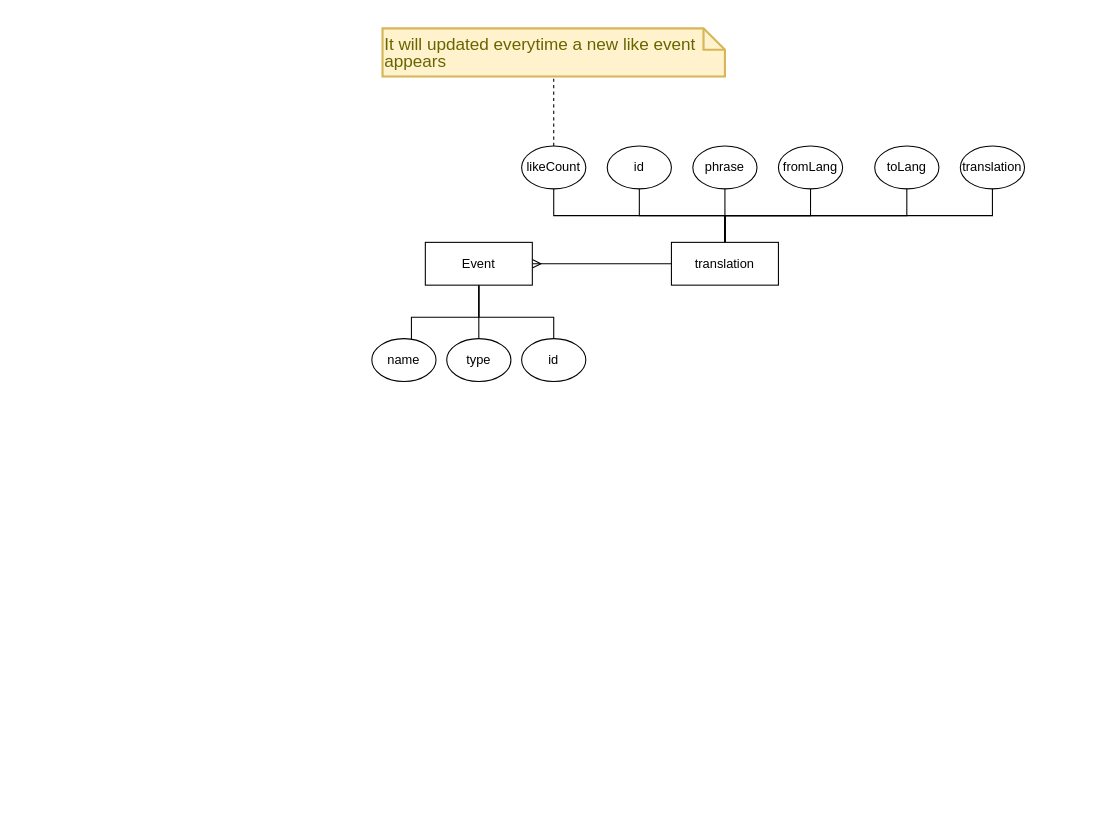
This is translation-site.drawio from mostafa8026/nestjs-course, a draw.io file, before an edit. Source tidied: cells renumbered, new cells numbered last; positions are measured from the earlier drawing's top-left corner, leaving out a move shared by most shapes. Both pictures are drawn from the tidied source at 107%, with x=0, y=0 at pixel (371, 28).
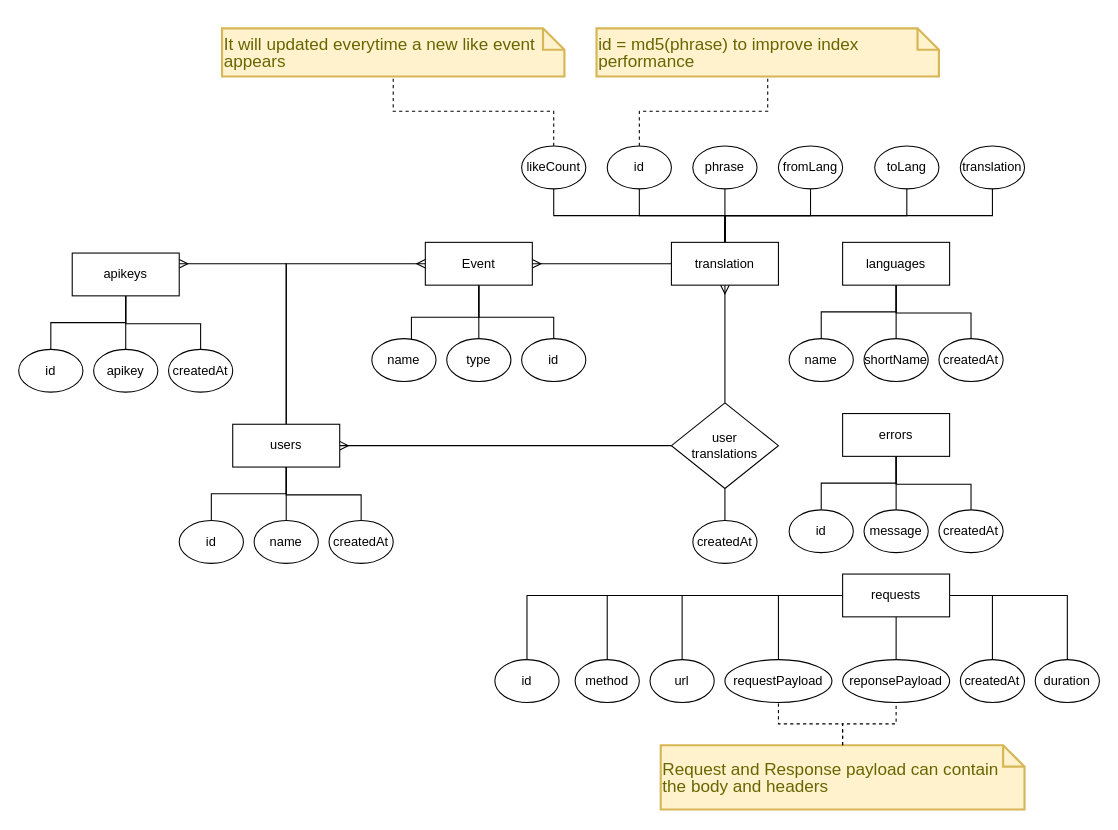
The same diagram, later.

The change refers to these unchanged cells:
```xml
<mxCell id="7" value="translation" style="whiteSpace=wrap;html=1;align=center;" parent="1" vertex="1">
  <mxGeometry x="280" y="200" width="100" height="40" as="geometry" />
</mxCell>
<mxCell id="8" value="id" style="ellipse;whiteSpace=wrap;html=1;align=center;" parent="1" vertex="1">
  <mxGeometry x="220" y="110" width="60" height="40" as="geometry" />
</mxCell>
<mxCell id="14" value="Event" style="whiteSpace=wrap;html=1;align=center;" parent="1" vertex="1">
  <mxGeometry x="50" y="200" width="100" height="40" as="geometry" />
</mxCell>
```

What changed in the source:
```diff
@@
     <mxCell id="22" value="&lt;p style=&quot;line-height: 1 ; font-size: 16px&quot;&gt;It will updated everytime a new like event appears&lt;/p&gt;&lt;p&gt;&lt;/p&gt;" style="shape=note;strokeWidth=2;fontSize=14;size=20;whiteSpace=wrap;html=1;fillColor=#fff2cc;strokeColor=#d6b656;fontColor=#666600;align=left;" parent="1" vertex="1">
-      <mxGeometry x="10" width="320" height="45" as="geometry" />
+      <mxGeometry x="-140" width="320" height="45" as="geometry" />
     </mxCell>
@@
+    <mxCell id="25" style="edgeStyle=orthogonalEdgeStyle;rounded=0;jettySize=auto;html=1;entryX=0.5;entryY=0;entryDx=0;entryDy=0;endArrow=none;endFill=0;" parent="1" edge="1" source="28" target="33">
+      <mxGeometry relative="1" as="geometry">
+        <Array as="points">
+          <mxPoint x="490" y="426" />
+          <mxPoint x="560" y="426" />
+        </Array>
+      </mxGeometry>
+    </mxCell>
+    <mxCell id="26" style="edgeStyle=orthogonalEdgeStyle;rounded=0;jettySize=auto;html=1;endArrow=none;endFill=0;" parent="1" edge="1" source="28" target="29">
+      <mxGeometry relative="1" as="geometry" />
+    </mxCell>
+    <mxCell id="27" style="edgeStyle=orthogonalEdgeStyle;rounded=0;jettySize=auto;html=1;exitX=0.5;exitY=1;exitDx=0;exitDy=0;entryX=0.5;entryY=0;entryDx=0;entryDy=0;endArrow=none;endFill=0;" parent="1" edge="1" source="28" target="30">
+      <mxGeometry relative="1" as="geometry" />
+    </mxCell>
+    <mxCell id="28" value="errors" style="whiteSpace=wrap;html=1;align=center;" parent="1" vertex="1">
+      <mxGeometry x="440" y="360" width="100" height="40" as="geometry" />
+    </mxCell>
+    <mxCell id="29" value="id" style="ellipse;whiteSpace=wrap;html=1;align=center;" parent="1" vertex="1">
+      <mxGeometry x="390" y="450" width="60" height="40" as="geometry" />
+    </mxCell>
+    <mxCell id="30" value="message" style="ellipse;whiteSpace=wrap;html=1;align=center;" parent="1" vertex="1">
+      <mxGeometry x="460" y="450" width="60" height="40" as="geometry" />
+    </mxCell>
+    <mxCell id="31" value="&lt;p style=&quot;line-height: 1 ; font-size: 16px&quot;&gt;id = md5(phrase) to improve index performance&lt;/p&gt;&lt;p&gt;&lt;/p&gt;" style="shape=note;strokeWidth=2;fontSize=14;size=20;whiteSpace=wrap;html=1;fillColor=#fff2cc;strokeColor=#d6b656;fontColor=#666600;align=left;" parent="1" vertex="1">
+      <mxGeometry x="210" width="320" height="45" as="geometry" />
+    </mxCell>
+    <mxCell id="32" style="edgeStyle=orthogonalEdgeStyle;rounded=0;jettySize=auto;html=1;startArrow=none;startFill=0;endArrow=none;endFill=0;strokeWidth=1;dashed=1;exitX=0.5;exitY=0;exitDx=0;exitDy=0;" parent="1" edge="1" source="8" target="31">
+      <mxGeometry relative="1" as="geometry" />
+    </mxCell>
+    <mxCell id="33" value="createdAt" style="ellipse;whiteSpace=wrap;html=1;align=center;" parent="1" vertex="1">
+      <mxGeometry x="530" y="450" width="60" height="40" as="geometry" />
+    </mxCell>
+    <mxCell id="34" style="edgeStyle=orthogonalEdgeStyle;rounded=0;jettySize=auto;html=1;entryX=0.5;entryY=0;entryDx=0;entryDy=0;endArrow=none;endFill=0;" parent="1" edge="1" source="37" target="40">
+      <mxGeometry relative="1" as="geometry">
+        <Array as="points">
+          <mxPoint x="-230" y="276" />
+          <mxPoint x="-160" y="276" />
+        </Array>
+      </mxGeometry>
+    </mxCell>
+    <mxCell id="35" style="edgeStyle=orthogonalEdgeStyle;rounded=0;jettySize=auto;html=1;endArrow=none;endFill=0;" parent="1" edge="1" source="37" target="38">
+      <mxGeometry relative="1" as="geometry" />
+    </mxCell>
+    <mxCell id="36" style="edgeStyle=orthogonalEdgeStyle;rounded=0;jettySize=auto;html=1;exitX=0.5;exitY=1;exitDx=0;exitDy=0;entryX=0.5;entryY=0;entryDx=0;entryDy=0;endArrow=none;endFill=0;" parent="1" edge="1" source="37" target="39">
+      <mxGeometry relative="1" as="geometry" />
+    </mxCell>
+    <mxCell id="37" value="apikeys" style="whiteSpace=wrap;html=1;align=center;" parent="1" vertex="1">
+      <mxGeometry x="-280" y="210" width="100" height="40" as="geometry" />
+    </mxCell>
+    <mxCell id="38" value="id" style="ellipse;whiteSpace=wrap;html=1;align=center;" parent="1" vertex="1">
+      <mxGeometry x="-330" y="300" width="60" height="40" as="geometry" />
+    </mxCell>
+    <mxCell id="39" value="apikey" style="ellipse;whiteSpace=wrap;html=1;align=center;" parent="1" vertex="1">
+      <mxGeometry x="-260" y="300" width="60" height="40" as="geometry" />
+    </mxCell>
+    <mxCell id="40" value="createdAt" style="ellipse;whiteSpace=wrap;html=1;align=center;" parent="1" vertex="1">
+      <mxGeometry x="-190" y="300" width="60" height="40" as="geometry" />
+    </mxCell>
+    <mxCell id="41" style="edgeStyle=orthogonalEdgeStyle;rounded=0;jettySize=auto;html=1;entryX=0.5;entryY=0;entryDx=0;entryDy=0;endArrow=none;endFill=0;" parent="1" edge="1" source="47" target="50">
+      <mxGeometry relative="1" as="geometry">
+        <Array as="points">
+          <mxPoint x="-80" y="436" />
+          <mxPoint x="-10" y="436" />
+        </Array>
+      </mxGeometry>
+    </mxCell>
+    <mxCell id="42" style="edgeStyle=orthogonalEdgeStyle;rounded=0;jettySize=auto;html=1;endArrow=none;endFill=0;" parent="1" edge="1" source="47" target="48">
+      <mxGeometry relative="1" as="geometry" />
+    </mxCell>
+    <mxCell id="43" style="edgeStyle=orthogonalEdgeStyle;rounded=0;jettySize=auto;html=1;exitX=0.5;exitY=1;exitDx=0;exitDy=0;entryX=0.5;entryY=0;entryDx=0;entryDy=0;endArrow=none;endFill=0;" parent="1" edge="1" source="47" target="49">
+      <mxGeometry relative="1" as="geometry" />
+    </mxCell>
+    <mxCell id="44" style="edgeStyle=orthogonalEdgeStyle;rounded=0;jettySize=auto;html=1;endArrow=ERmany;endFill=0;" parent="1" edge="1" source="47" target="37">
+      <mxGeometry relative="1" as="geometry">
+        <Array as="points">
+          <mxPoint x="-80" y="220" />
+        </Array>
+      </mxGeometry>
+    </mxCell>
+    <mxCell id="45" style="edgeStyle=orthogonalEdgeStyle;rounded=0;jettySize=auto;html=1;entryX=0;entryY=0.5;entryDx=0;entryDy=0;endArrow=ERmany;endFill=0;" parent="1" edge="1" source="47" target="14">
+      <mxGeometry relative="1" as="geometry">
+        <Array as="points">
+          <mxPoint x="-80" y="220" />
+        </Array>
+      </mxGeometry>
+    </mxCell>
+    <mxCell id="46" style="edgeStyle=orthogonalEdgeStyle;rounded=0;jettySize=auto;html=1;entryX=0;entryY=0.5;entryDx=0;entryDy=0;endArrow=none;endFill=0;startArrow=ERmany;startFill=0;" parent="1" edge="1" source="47" target="53">
+      <mxGeometry relative="1" as="geometry" />
+    </mxCell>
+    <mxCell id="47" value="users" style="whiteSpace=wrap;html=1;align=center;" parent="1" vertex="1">
+      <mxGeometry x="-130" y="370" width="100" height="40" as="geometry" />
+    </mxCell>
+    <mxCell id="48" value="id" style="ellipse;whiteSpace=wrap;html=1;align=center;" parent="1" vertex="1">
+      <mxGeometry x="-180" y="460" width="60" height="40" as="geometry" />
+    </mxCell>
+    <mxCell id="49" value="name" style="ellipse;whiteSpace=wrap;html=1;align=center;" parent="1" vertex="1">
+      <mxGeometry x="-110" y="460" width="60" height="40" as="geometry" />
+    </mxCell>
+    <mxCell id="50" value="createdAt" style="ellipse;whiteSpace=wrap;html=1;align=center;" parent="1" vertex="1">
+      <mxGeometry x="-40" y="460" width="60" height="40" as="geometry" />
+    </mxCell>
+    <mxCell id="51" style="edgeStyle=orthogonalEdgeStyle;rounded=0;jettySize=auto;html=1;entryX=0.5;entryY=1;entryDx=0;entryDy=0;endArrow=ERmany;endFill=0;" parent="1" edge="1" source="53" target="7">
+      <mxGeometry relative="1" as="geometry" />
+    </mxCell>
+    <mxCell id="52" style="edgeStyle=orthogonalEdgeStyle;rounded=0;jettySize=auto;html=1;endArrow=none;endFill=0;" parent="1" edge="1" source="53" target="54">
+      <mxGeometry relative="1" as="geometry" />
+    </mxCell>
+    <mxCell id="53" value="user&lt;br&gt;translations" style="rhombus;whiteSpace=wrap;html=1;" parent="1" vertex="1">
+      <mxGeometry x="280" y="350" width="100" height="80" as="geometry" />
+    </mxCell>
+    <mxCell id="54" value="createdAt" style="ellipse;whiteSpace=wrap;html=1;align=center;" parent="1" vertex="1">
+      <mxGeometry x="300" y="460" width="60" height="40" as="geometry" />
+    </mxCell>
+    <mxCell id="55" style="edgeStyle=orthogonalEdgeStyle;rounded=0;jettySize=auto;html=1;entryX=0.5;entryY=0;entryDx=0;entryDy=0;endArrow=none;endFill=0;" parent="1" edge="1" source="58" target="61">
+      <mxGeometry relative="1" as="geometry">
+        <Array as="points">
+          <mxPoint x="490" y="266" />
+          <mxPoint x="560" y="266" />
+        </Array>
+      </mxGeometry>
+    </mxCell>
+    <mxCell id="56" style="edgeStyle=orthogonalEdgeStyle;rounded=0;jettySize=auto;html=1;endArrow=none;endFill=0;" parent="1" edge="1" source="58" target="59">
+      <mxGeometry relative="1" as="geometry" />
+    </mxCell>
+    <mxCell id="57" style="edgeStyle=orthogonalEdgeStyle;rounded=0;jettySize=auto;html=1;exitX=0.5;exitY=1;exitDx=0;exitDy=0;entryX=0.5;entryY=0;entryDx=0;entryDy=0;endArrow=none;endFill=0;" parent="1" edge="1" source="58" target="60">
+      <mxGeometry relative="1" as="geometry" />
+    </mxCell>
+    <mxCell id="58" value="languages" style="whiteSpace=wrap;html=1;align=center;" parent="1" vertex="1">
+      <mxGeometry x="440" y="200" width="100" height="40" as="geometry" />
+    </mxCell>
+    <mxCell id="59" value="name" style="ellipse;whiteSpace=wrap;html=1;align=center;" parent="1" vertex="1">
+      <mxGeometry x="390" y="290" width="60" height="40" as="geometry" />
+    </mxCell>
+    <mxCell id="60" value="shortName" style="ellipse;whiteSpace=wrap;html=1;align=center;" parent="1" vertex="1">
+      <mxGeometry x="460" y="290" width="60" height="40" as="geometry" />
+    </mxCell>
+    <mxCell id="61" value="createdAt" style="ellipse;whiteSpace=wrap;html=1;align=center;" parent="1" vertex="1">
+      <mxGeometry x="530" y="290" width="60" height="40" as="geometry" />
+    </mxCell>
+    <mxCell id="62" style="edgeStyle=orthogonalEdgeStyle;rounded=0;jettySize=auto;html=1;entryX=0.5;entryY=0;entryDx=0;entryDy=0;endArrow=none;endFill=0;" parent="1" edge="1" source="69" target="70">
+      <mxGeometry relative="1" as="geometry" />
+    </mxCell>
+    <mxCell id="63" style="edgeStyle=orthogonalEdgeStyle;rounded=0;jettySize=auto;html=1;entryX=0.5;entryY=0;entryDx=0;entryDy=0;endArrow=none;endFill=0;" parent="1" edge="1" source="69" target="71">
+      <mxGeometry relative="1" as="geometry" />
+    </mxCell>
+    <mxCell id="64" style="edgeStyle=orthogonalEdgeStyle;rounded=0;jettySize=auto;html=1;entryX=0.5;entryY=0;entryDx=0;entryDy=0;endArrow=none;endFill=0;" parent="1" edge="1" source="69" target="72">
+      <mxGeometry relative="1" as="geometry" />
+    </mxCell>
+    <mxCell id="65" style="edgeStyle=orthogonalEdgeStyle;rounded=0;jettySize=auto;html=1;entryX=0.5;entryY=0;entryDx=0;entryDy=0;endArrow=none;endFill=0;" parent="1" edge="1" source="69" target="73">
+      <mxGeometry relative="1" as="geometry" />
+    </mxCell>
+    <mxCell id="66" style="edgeStyle=orthogonalEdgeStyle;rounded=0;jettySize=auto;html=1;entryX=0.5;entryY=0;entryDx=0;entryDy=0;endArrow=none;endFill=0;" parent="1" edge="1" source="69" target="74">
+      <mxGeometry relative="1" as="geometry" />
+    </mxCell>
+    <mxCell id="67" style="edgeStyle=orthogonalEdgeStyle;rounded=0;jettySize=auto;html=1;entryX=0.5;entryY=0;entryDx=0;entryDy=0;endArrow=none;endFill=0;" parent="1" edge="1" source="69" target="75">
+      <mxGeometry relative="1" as="geometry" />
+    </mxCell>
+    <mxCell id="68" style="edgeStyle=orthogonalEdgeStyle;rounded=0;jettySize=auto;html=1;entryX=0.5;entryY=0;entryDx=0;entryDy=0;endArrow=none;endFill=0;" parent="1" edge="1" source="69" target="76">
+      <mxGeometry relative="1" as="geometry" />
+    </mxCell>
+    <mxCell id="69" value="requests" style="whiteSpace=wrap;html=1;align=center;" parent="1" vertex="1">
+      <mxGeometry x="440" y="510" width="100" height="40" as="geometry" />
+    </mxCell>
+    <mxCell id="70" value="id" style="ellipse;whiteSpace=wrap;html=1;align=center;" parent="1" vertex="1">
+      <mxGeometry x="115" y="590" width="60" height="40" as="geometry" />
+    </mxCell>
+    <mxCell id="71" value="method" style="ellipse;whiteSpace=wrap;html=1;align=center;" parent="1" vertex="1">
+      <mxGeometry x="190" y="590" width="60" height="40" as="geometry" />
+    </mxCell>
+    <mxCell id="72" value="url" style="ellipse;whiteSpace=wrap;html=1;align=center;" parent="1" vertex="1">
+      <mxGeometry x="260" y="590" width="60" height="40" as="geometry" />
+    </mxCell>
+    <mxCell id="73" value="requestPayload&lt;br&gt;" style="ellipse;whiteSpace=wrap;html=1;align=center;" parent="1" vertex="1">
+      <mxGeometry x="330" y="590" width="100" height="40" as="geometry" />
+    </mxCell>
+    <mxCell id="74" value="reponsePayload" style="ellipse;whiteSpace=wrap;html=1;align=center;" parent="1" vertex="1">
+      <mxGeometry x="440" y="590" width="100" height="40" as="geometry" />
+    </mxCell>
+    <mxCell id="75" value="createdAt" style="ellipse;whiteSpace=wrap;html=1;align=center;" parent="1" vertex="1">
+      <mxGeometry x="550" y="590" width="60" height="40" as="geometry" />
+    </mxCell>
+    <mxCell id="76" value="duration" style="ellipse;whiteSpace=wrap;html=1;align=center;" parent="1" vertex="1">
+      <mxGeometry x="620" y="590" width="60" height="40" as="geometry" />
+    </mxCell>
+    <mxCell id="77" value="&lt;p style=&quot;line-height: 1 ; font-size: 16px&quot;&gt;Request and Response payload can contain the body and headers&lt;/p&gt;&lt;p&gt;&lt;/p&gt;" style="shape=note;strokeWidth=2;fontSize=14;size=20;whiteSpace=wrap;html=1;fillColor=#fff2cc;strokeColor=#d6b656;fontColor=#666600;align=left;" parent="1" vertex="1">
+      <mxGeometry x="270" y="670" width="340" height="60" as="geometry" />
+    </mxCell>
+    <mxCell id="78" style="edgeStyle=orthogonalEdgeStyle;rounded=0;jettySize=auto;html=1;startArrow=none;startFill=0;endArrow=none;endFill=0;strokeWidth=1;dashed=1;exitX=0.5;exitY=0;exitDx=0;exitDy=0;entryX=0.5;entryY=1;entryDx=0;entryDy=0;exitPerimeter=0;" parent="1" edge="1" source="77" target="74">
+      <mxGeometry relative="1" as="geometry" />
+    </mxCell>
+    <mxCell id="79" style="edgeStyle=orthogonalEdgeStyle;rounded=0;jettySize=auto;html=1;startArrow=none;startFill=0;endArrow=none;endFill=0;strokeWidth=1;dashed=1;exitX=0.5;exitY=0;exitDx=0;exitDy=0;entryX=0.5;entryY=1;entryDx=0;entryDy=0;exitPerimeter=0;" parent="1" edge="1" source="77" target="73">
+      <mxGeometry relative="1" as="geometry" />
+    </mxCell>
```
